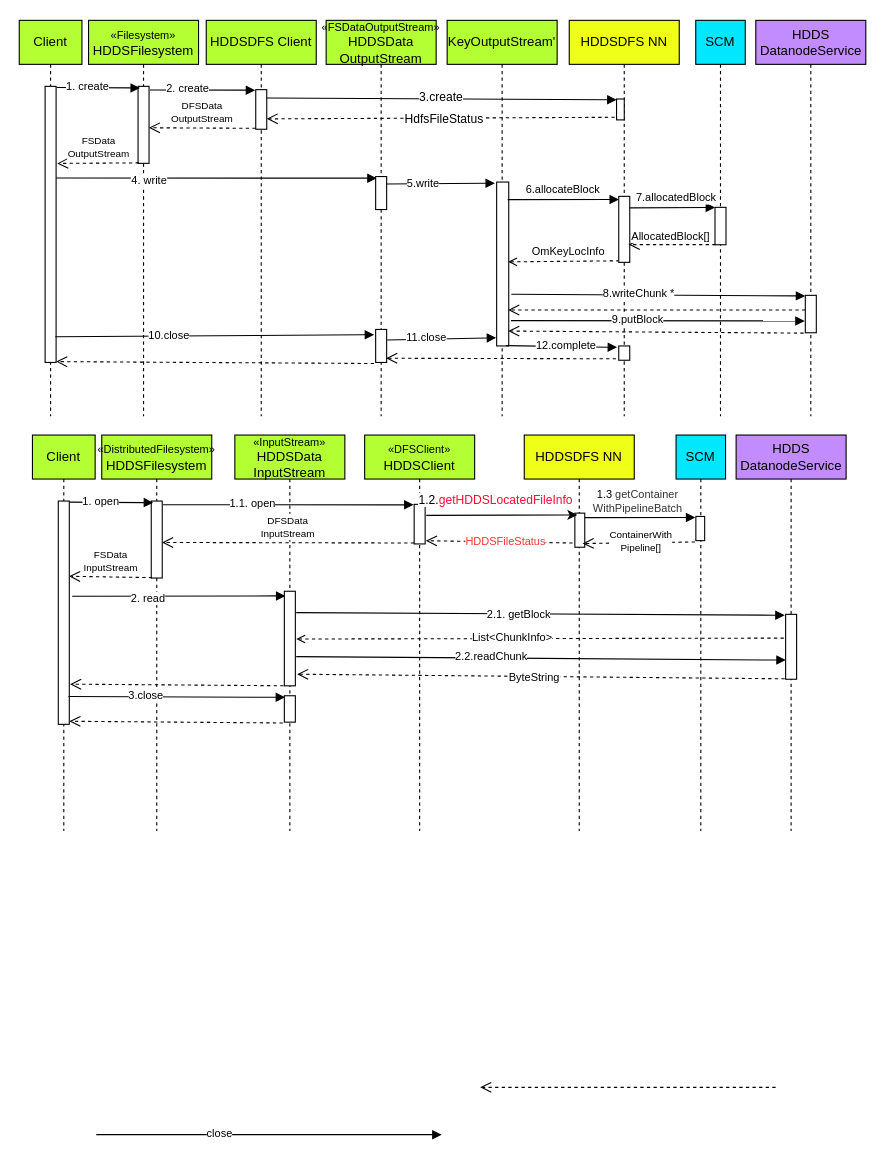
captainzmc/draw keeps this draw.io diagram as Untitled Diagram.drawio. Above is the earlier version. Source tidied: cells renumbered, new cells numbered last; positions are measured from the earlier drawing's top-left corner, leaving out a move shared by most shapes. Both pictures are drawn from the tidied source at 110%, with x=0, y=0 at pixel (19, 20).
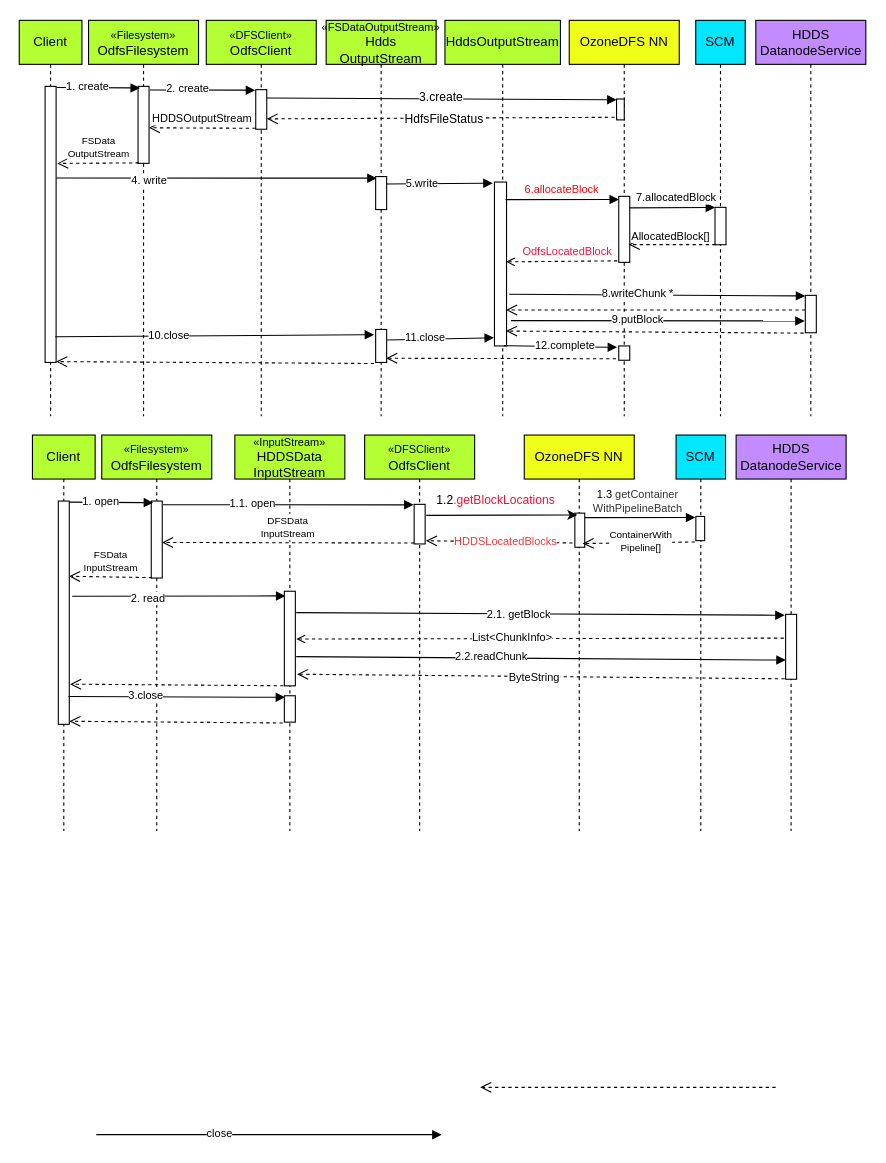
After the change.

The change refers to these unchanged cells:
```xml
<mxCell id="3" style="html=1;points=[];perimeter=orthogonalPerimeter;" parent="2" vertex="1">
  <mxGeometry x="45" y="63" width="10" height="36" as="geometry" />
</mxCell>
<mxCell id="7" style="html=1;points=[];perimeter=orthogonalPerimeter;" parent="6" vertex="1">
  <mxGeometry x="45" y="60" width="10" height="70" as="geometry" />
</mxCell>
<mxCell id="26" style="edgeStyle=none;rounded=0;jettySize=auto;html=1;startArrow=none;startFill=0;endArrow=block;endFill=1;fontSize=10;entryX=0.018;entryY=0.048;entryDx=0;entryDy=0;entryPerimeter=0;exitX=0.909;exitY=0.107;exitDx=0;exitDy=0;exitPerimeter=0;" parent="1" edge="1" source="23" target="10">
  <mxGeometry relative="1" as="geometry" />
</mxCell>
<mxCell id="34" style="html=1;verticalAlign=bottom;endArrow=none;dashed=1;endSize=8;fontSize=10;startArrow=open;startFill=0;endFill=0;exitX=0.952;exitY=0.487;exitDx=0;exitDy=0;exitPerimeter=0;entryX=-0.056;entryY=0.977;entryDx=0;entryDy=0;entryPerimeter=0;" parent="1" edge="1" source="23" target="10">
  <mxGeometry relative="1" as="geometry" />
</mxCell>
<mxCell id="58" style="html=1;points=[];perimeter=orthogonalPerimeter;" parent="57" vertex="1">
  <mxGeometry x="45" y="63" width="10" height="36" as="geometry" />
</mxCell>
<mxCell id="64" style="html=1;points=[];perimeter=orthogonalPerimeter;" parent="63" vertex="1">
  <mxGeometry x="46" y="71" width="9" height="31" as="geometry" />
</mxCell>
<mxCell id="97" style="rounded=0;jettySize=auto;html=1;entryX=0.244;entryY=0.052;entryDx=0;entryDy=0;entryPerimeter=0;" parent="1" edge="1" target="64">
  <mxGeometry relative="1" as="geometry">
    <mxPoint x="370" y="450" as="sourcePoint" />
  </mxGeometry>
</mxCell>
```

What changed in the source:
```diff
@@
-    <mxCell id="2" value="HDDSDFS Client" style="shape=umlLifeline;perimeter=lifelinePerimeter;whiteSpace=wrap;html=1;fillColor=#B4FF33;" parent="1" vertex="1">
+    <mxCell id="2" value="&lt;span style=&quot;font-size: 10px&quot;&gt;«DFSClient»&lt;br&gt;&lt;/span&gt;OdfsClient" style="shape=umlLifeline;perimeter=lifelinePerimeter;whiteSpace=wrap;html=1;fillColor=#B4FF33;" parent="1" vertex="1">
       <mxGeometry x="170" width="100" height="360" as="geometry" />
     </mxCell>
@@
-    <mxCell id="6" value="&lt;span style=&quot;font-size: 10px&quot;&gt;«Filesystem»&lt;br&gt;&lt;/span&gt;HDDSFilesystem" style="shape=umlLifeline;perimeter=lifelinePerimeter;whiteSpace=wrap;html=1;fillColor=#B4FF33;" parent="1" vertex="1">
+    <mxCell id="6" value="&lt;span style=&quot;font-size: 10px&quot;&gt;«Filesystem»&lt;br&gt;&lt;/span&gt;OdfsFilesystem" style="shape=umlLifeline;perimeter=lifelinePerimeter;whiteSpace=wrap;html=1;fillColor=#B4FF33;" parent="1" vertex="1">
       <mxGeometry x="63" width="100" height="360" as="geometry" />
     </mxCell>
@@
-    <mxCell id="8" value="HDDSDFS NN" style="shape=umlLifeline;perimeter=lifelinePerimeter;whiteSpace=wrap;html=1;fillColor=#F0FF17;" parent="1" vertex="1">
+    <mxCell id="8" value="OzoneDFS NN" style="shape=umlLifeline;perimeter=lifelinePerimeter;whiteSpace=wrap;html=1;fillColor=#F0FF17;" parent="1" vertex="1">
       <mxGeometry x="500" width="100" height="360" as="geometry" />
     </mxCell>
@@
-    <mxCell id="19" value="&lt;span style=&quot;font-size: 10px&quot;&gt;«FSDataOutputStream»&lt;br&gt;&lt;/span&gt;HDDSData&lt;br&gt;OutputStream" style="shape=umlLifeline;perimeter=lifelinePerimeter;whiteSpace=wrap;html=1;fillColor=#B4FF33;" parent="1" vertex="1">
+    <mxCell id="19" value="&lt;span style=&quot;font-size: 10px&quot;&gt;«FSDataOutputStream»&lt;br&gt;&lt;/span&gt;Hdds&lt;br&gt;OutputStream" style="shape=umlLifeline;perimeter=lifelinePerimeter;whiteSpace=wrap;html=1;fillColor=#B4FF33;" parent="1" vertex="1">
       <mxGeometry x="279" width="100" height="360" as="geometry" />
     </mxCell>
@@
-    <mxCell id="22" value="KeyOutputStream'" style="shape=umlLifeline;perimeter=lifelinePerimeter;whiteSpace=wrap;html=1;fillColor=#B4FF33;" parent="1" vertex="1">
-      <mxGeometry x="389" width="100" height="360" as="geometry" />
+    <mxCell id="22" value="HddsOutputStream" style="shape=umlLifeline;perimeter=lifelinePerimeter;whiteSpace=wrap;html=1;fillColor=#B4FF33;" parent="1" vertex="1">
+      <mxGeometry x="387" width="105" height="360" as="geometry" />
     </mxCell>
@@
-    <mxCell id="27" value="6.allocateBlock" style="edgeLabel;html=1;align=center;verticalAlign=middle;fontSize=10;" parent="26" vertex="1">
+    <mxCell id="27" value="&lt;font color=&quot;#ff0000&quot;&gt;6.allocateBlock&lt;/font&gt;" style="edgeLabel;html=1;align=center;verticalAlign=middle;fontSize=10;" parent="26" vertex="1">
       <mxGeometry x="-0.35" y="-2" relative="1" as="geometry">
         <mxPoint x="16.6" y="-12.2" as="offset" />
       </mxGeometry>
     </mxCell>
@@
-    <mxCell id="35" value="OmKeyLocInfo" style="edgeLabel;html=1;align=center;verticalAlign=middle;fontSize=10;" parent="34" vertex="1">
+    <mxCell id="35" value="&lt;font color=&quot;#ff0d35&quot;&gt;OdfsLocatedBlock&lt;/font&gt;" style="edgeLabel;html=1;align=center;verticalAlign=middle;fontSize=10;" parent="34" vertex="1">
       <mxGeometry x="0.04" y="-1" relative="1" as="geometry">
         <mxPoint x="1.8" y="-10.5" as="offset" />
       </mxGeometry>
     </mxCell>
@@
-    <mxCell id="48" value="&lt;font style=&quot;font-size: 9px&quot;&gt;DFSData&lt;br&gt;OutputStream&lt;/font&gt;" style="html=1;verticalAlign=bottom;endArrow=open;dashed=1;endSize=8;fontSize=10;exitX=-0.005;exitY=0.976;exitDx=0;exitDy=0;exitPerimeter=0;entryX=0.981;entryY=0.538;entryDx=0;entryDy=0;entryPerimeter=0;" parent="1" edge="1" source="3" target="7">
+    <mxCell id="48" value="&lt;font size=&quot;1&quot;&gt;HDDSOutputStream&lt;/font&gt;" style="html=1;verticalAlign=bottom;endArrow=open;dashed=1;endSize=8;fontSize=10;exitX=-0.005;exitY=0.976;exitDx=0;exitDy=0;exitPerimeter=0;entryX=0.981;entryY=0.538;entryDx=0;entryDy=0;entryPerimeter=0;" parent="1" edge="1" source="3" target="7">
       <mxGeometry relative="1" as="geometry" />
     </mxCell>
@@
-    <mxCell id="57" value="&lt;span style=&quot;font-size: 10px&quot;&gt;«DFSClient»&lt;br&gt;&lt;/span&gt;HDDSClient" style="shape=umlLifeline;perimeter=lifelinePerimeter;whiteSpace=wrap;html=1;fillColor=#B4FF33;" parent="1" vertex="1">
+    <mxCell id="57" value="&lt;span style=&quot;font-size: 10px&quot;&gt;«DFSClient»&lt;br&gt;&lt;/span&gt;OdfsClient" style="shape=umlLifeline;perimeter=lifelinePerimeter;whiteSpace=wrap;html=1;fillColor=#B4FF33;" parent="1" vertex="1">
       <mxGeometry x="314" y="377" width="100" height="360" as="geometry" />
     </mxCell>
@@
-    <mxCell id="61" value="&lt;span style=&quot;font-size: 10px&quot;&gt;«DistributedFilesystem»&lt;br&gt;&lt;/span&gt;HDDSFilesystem" style="shape=umlLifeline;perimeter=lifelinePerimeter;whiteSpace=wrap;html=1;fillColor=#B4FF33;" parent="1" vertex="1">
+    <mxCell id="61" value="&lt;span style=&quot;font-size: 10px&quot;&gt;«&lt;/span&gt;&lt;span style=&quot;font-size: 10px&quot;&gt;Filesystem&lt;/span&gt;&lt;span style=&quot;font-size: 10px&quot;&gt;»&lt;br&gt;&lt;/span&gt;OdfsFilesystem" style="shape=umlLifeline;perimeter=lifelinePerimeter;whiteSpace=wrap;html=1;fillColor=#B4FF33;" parent="1" vertex="1">
       <mxGeometry x="75" y="377" width="100" height="360" as="geometry" />
     </mxCell>
@@
-    <mxCell id="63" value="HDDSDFS NN" style="shape=umlLifeline;perimeter=lifelinePerimeter;whiteSpace=wrap;html=1;fillColor=#F0FF17;" parent="1" vertex="1">
+    <mxCell id="63" value="OzoneDFS NN" style="shape=umlLifeline;perimeter=lifelinePerimeter;whiteSpace=wrap;html=1;fillColor=#F0FF17;" parent="1" vertex="1">
       <mxGeometry x="459.1" y="377" width="100" height="360" as="geometry" />
     </mxCell>
@@
-    <mxCell id="65" value="&lt;font style=&quot;font-size: 10px&quot;&gt;HDDSFileStatus&lt;/font&gt;" style="html=1;verticalAlign=bottom;endArrow=open;dashed=1;endSize=8;entryX=1.062;entryY=0.918;entryDx=0;entryDy=0;entryPerimeter=0;exitX=-0.233;exitY=0.875;exitDx=0;exitDy=0;exitPerimeter=0;fillColor=#FF3333;fontColor=#FF3333;" parent="1" edge="1" source="64" target="58">
+    <mxCell id="65" value="&lt;font style=&quot;font-size: 10px&quot;&gt;HDDSLocatedBlocks&lt;/font&gt;" style="html=1;verticalAlign=bottom;endArrow=open;dashed=1;endSize=8;entryX=1.062;entryY=0.918;entryDx=0;entryDy=0;entryPerimeter=0;exitX=-0.233;exitY=0.875;exitDx=0;exitDy=0;exitPerimeter=0;fillColor=#FF3333;fontColor=#FF3333;" parent="1" edge="1" source="64" target="58">
       <mxGeometry x="-0.08" y="8" relative="1" as="geometry" />
     </mxCell>
@@
-    <mxCell id="98" value="&lt;span style=&quot;text-align: left&quot;&gt;1.2.&lt;/span&gt;&lt;font color=&quot;#ff0d35&quot;&gt;getHDDSLocatedFileInfo&lt;/font&gt;" style="edgeLabel;html=1;align=center;verticalAlign=middle;" parent="97" vertex="1">
+    <mxCell id="98" value="&lt;div style=&quot;text-align: center&quot;&gt;&lt;span style=&quot;text-align: left&quot;&gt;1.2&lt;font color=&quot;#ff0d35&quot;&gt;.&lt;/font&gt;&lt;/span&gt;&lt;font color=&quot;#ff0d35&quot;&gt;getBlockLocations&lt;/font&gt;&lt;/div&gt;" style="edgeLabel;html=1;align=center;verticalAlign=middle;" parent="97" vertex="1">
       <mxGeometry x="-0.17" y="-1" relative="1" as="geometry">
         <mxPoint x="5.2" y="-15.8" as="offset" />
       </mxGeometry>
     </mxCell>
```
